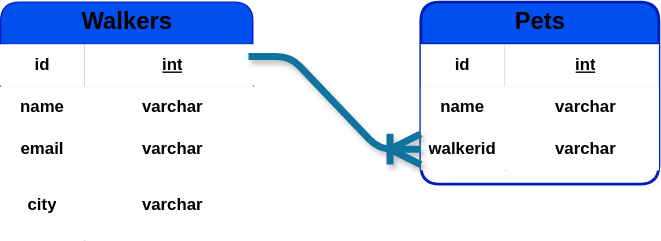
The draw.io diagram EntityRelationshipDiagram.drawio.svg in DaleHobbs-Dev/dog-walking, before a commit. Source tidied: cells renumbered, new cells last; positions are measured from the earlier drawing's top-left corner, leaving out a move shared by most shapes.
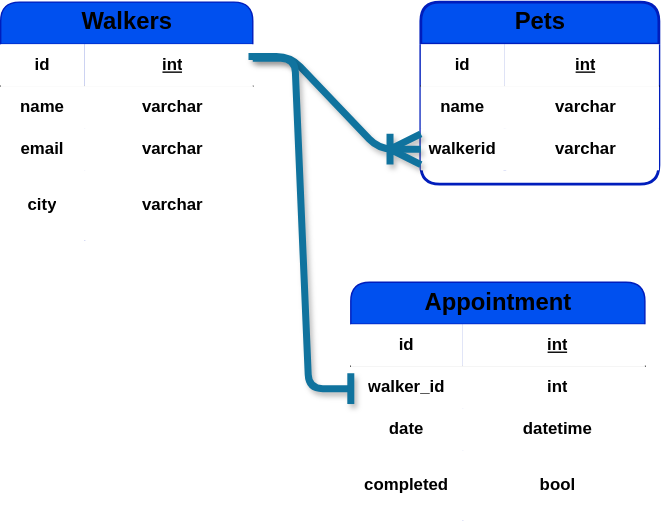
Above is the later version.

Diff of the diagram source:
```diff
@@ -74,5 +74,50 @@
     <mxCell id="25" style="edgeStyle=entityRelationEdgeStyle;fontSize=13;html=1;endArrow=ERoneToMany;exitX=0.983;exitY=0.295;exitDx=0;exitDy=0;exitPerimeter=0;entryX=0;entryY=0.5;entryDx=0;entryDy=0;strokeWidth=5;fillColor=#b1ddf0;strokeColor=#10739e;endSize=16;startSize=16;jumpSize=6;shadow=1;" parent="1" edge="1" source="3" target="22">
       <mxGeometry relative="1" as="geometry" />
     </mxCell>
+    <mxCell id="26" value="&lt;font style=&quot;font-size: 17px; color: light-dark(rgb(0, 0, 0), rgb(0, 0, 0));&quot;&gt;Appointment&lt;/font&gt;" style="shape=table;startSize=30;rowLines=0;fontStyle=1;align=center;html=1;fillColor=#0050ef;fontColor=#ffffff;strokeColor=#001DBC;rounded=1;shadow=0;perimeterSpacing=0;strokeWidth=1;swimlaneLine=1;resizeLastRow=0;swimlaneBody=0;bottom=1;comic=0;gradientColor=none;swimlaneFillColor=none;" parent="1" vertex="1">
+      <mxGeometry x="250" y="200" width="210" height="170" as="geometry" />
+    </mxCell>
+    <mxCell id="27" style="shape=tableRow;horizontal=0;startSize=0;swimlaneHead=0;swimlaneBody=0;fillColor=none;top=0;left=0;right=0;bottom=1;" parent="26" vertex="1">
+      <mxGeometry y="30" width="210" height="30" as="geometry" />
+    </mxCell>
+    <mxCell id="28" value="id" style="shape=partialRectangle;fillColor=light-dark(#FFFFFF,#FFFFFF);top=0;left=0;bottom=0;right=0;fontStyle=1;overflow=hidden;whiteSpace=wrap;html=1;strokeColor=light-dark(#000000,#FFFFFF);fontColor=light-dark(#000000,#000000);" parent="27" vertex="1">
+      <mxGeometry width="80" height="30" as="geometry" />
+    </mxCell>
+    <mxCell id="29" value="int" style="shape=partialRectangle;fillColor=light-dark(#FFFFFF,#FFFFFF);top=0;left=0;bottom=0;right=0;align=center;spacingLeft=6;fontStyle=5;overflow=hidden;whiteSpace=wrap;html=1;strokeColor=light-dark(#000000,#FFFFFF);fontColor=light-dark(#000000,#000000);" parent="27" vertex="1">
+      <mxGeometry x="80" width="130" height="30" as="geometry" />
+    </mxCell>
+    <mxCell id="30" style="shape=tableRow;horizontal=0;startSize=0;swimlaneHead=0;swimlaneBody=0;fillColor=light-dark(#FFFFFF,#FFFFFF);top=0;left=0;right=0;bottom=0;strokeColor=light-dark(#000000,#FFFFFF);fontStyle=1;fontColor=light-dark(#000000,#000000);" parent="26" vertex="1">
+      <mxGeometry y="60" width="210" height="30" as="geometry" />
+    </mxCell>
+    <mxCell id="31" value="walker_id" style="shape=partialRectangle;fillColor=light-dark(#FFFFFF,#FFFFFF);top=0;left=0;bottom=0;right=0;overflow=hidden;whiteSpace=wrap;html=1;strokeColor=light-dark(#000000,#FFFFFF);fontStyle=1;fontColor=light-dark(#000000,#000000);" parent="30" vertex="1">
+      <mxGeometry width="80" height="30" as="geometry" />
+    </mxCell>
+    <mxCell id="32" value="&lt;span style=&quot;&quot;&gt;&lt;font style=&quot;color: light-dark(rgb(0, 0, 0), rgb(0, 0, 0));&quot;&gt;int&lt;/font&gt;&lt;/span&gt;" style="shape=partialRectangle;fillColor=light-dark(#FFFFFF,#FFFFFF);top=0;left=0;bottom=0;right=0;align=center;spacingLeft=6;overflow=hidden;whiteSpace=wrap;html=1;strokeColor=light-dark(#000000,#FFFFFF);fontStyle=1;fontColor=light-dark(#000000,#000000);" parent="30" vertex="1">
+      <mxGeometry x="80" width="130" height="30" as="geometry" />
+    </mxCell>
+    <mxCell id="33" style="shape=tableRow;horizontal=0;startSize=0;swimlaneHead=0;swimlaneBody=0;fillColor=light-dark(#FFFFFF,#FFFFFF);top=0;left=0;right=0;bottom=0;strokeColor=light-dark(#000000,#FFFFFF);fontStyle=1;fontColor=light-dark(#000000,#000000);" parent="26" vertex="1">
+      <mxGeometry y="90" width="210" height="30" as="geometry" />
+    </mxCell>
+    <mxCell id="34" value="date" style="shape=partialRectangle;fillColor=light-dark(#FFFFFF,#FFFFFF);top=0;left=0;bottom=0;right=0;overflow=hidden;whiteSpace=wrap;html=1;strokeColor=light-dark(#000000,#FFFFFF);fontStyle=1;fontColor=light-dark(#000000,#000000);" parent="33" vertex="1">
+      <mxGeometry width="80" height="30" as="geometry" />
+    </mxCell>
+    <mxCell id="35" value="&lt;span&gt;&lt;font style=&quot;color: light-dark(rgb(0, 0, 0), rgb(0, 0, 0));&quot;&gt;datetime&lt;/font&gt;&lt;/span&gt;" style="shape=partialRectangle;fillColor=light-dark(#FFFFFF,#FFFFFF);top=0;left=0;bottom=0;right=0;align=center;spacingLeft=6;overflow=hidden;whiteSpace=wrap;html=1;strokeColor=light-dark(#000000,#FFFFFF);fontStyle=1;fontColor=light-dark(#000000,#000000);" parent="33" vertex="1">
+      <mxGeometry x="80" width="130" height="30" as="geometry" />
+    </mxCell>
+    <mxCell id="36" style="shape=tableRow;horizontal=0;startSize=0;swimlaneHead=0;swimlaneBody=0;fillColor=light-dark(#FFFFFF,#FFFFFF);top=0;left=0;right=0;bottom=0;strokeColor=light-dark(#000000,#FFFFFF);fontStyle=1;fontColor=light-dark(#000000,#000000);" parent="26" vertex="1">
+      <mxGeometry y="120" width="210" height="50" as="geometry" />
+    </mxCell>
+    <mxCell id="37" value="completed" style="shape=partialRectangle;fillColor=light-dark(#FFFFFF,#FFFFFF);top=0;left=0;bottom=0;right=0;overflow=hidden;whiteSpace=wrap;html=1;strokeColor=inherit;fontStyle=1;fontColor=light-dark(#000000,#000000);" parent="36" vertex="1">
+      <mxGeometry width="80" height="50" as="geometry" />
+    </mxCell>
+    <mxCell id="38" value="&lt;span&gt;&lt;font style=&quot;color: light-dark(rgb(0, 0, 0), rgb(0, 0, 0));&quot;&gt;bool&lt;/font&gt;&lt;/span&gt;" style="shape=partialRectangle;fillColor=light-dark(#FFFFFF,#FFFFFF);top=0;left=0;bottom=0;right=0;align=center;spacingLeft=6;overflow=hidden;whiteSpace=wrap;html=1;strokeColor=inherit;fontStyle=1;fontColor=light-dark(#000000,#000000);" parent="36" vertex="1">
+      <mxGeometry x="80" width="130" height="50" as="geometry" />
+    </mxCell>
+    <mxCell id="39" style="edgeStyle=entityRelationEdgeStyle;fontSize=13;html=1;endArrow=baseDash;entryX=0;entryY=0.5;entryDx=0;entryDy=0;strokeWidth=5;fillColor=#b1ddf0;strokeColor=#10739e;endSize=16;startSize=16;jumpSize=6;shadow=1;endFill=0;" parent="1" edge="1">
+      <mxGeometry relative="1" as="geometry">
+        <mxPoint x="180" y="40" as="sourcePoint" />
+        <mxPoint x="250" y="276" as="targetPoint" />
+      </mxGeometry>
+    </mxCell>
   </root>
 </mxGraphModel>
```
